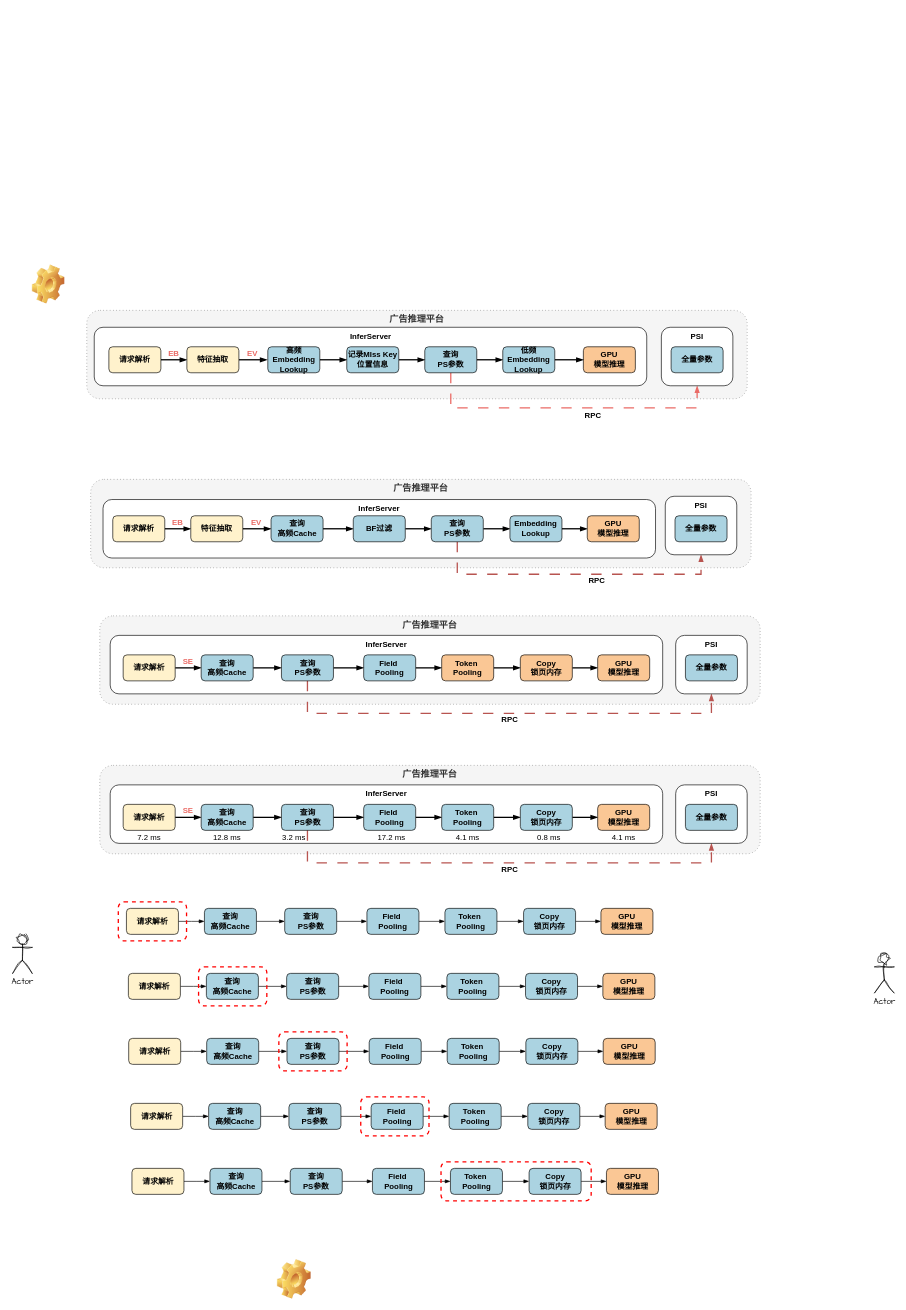
The draw.io diagram GprOptImpl.drawio in JackHsiung/totoro, before the edit. Source tidied: cells renumbered, new cells numbered last; positions are measured from the earlier drawing's top-left corner, leaving out a move shared by most shapes. Both pictures are drawn from the tidied source at 65%, with x=0, y=0 at pixel (12, 265).
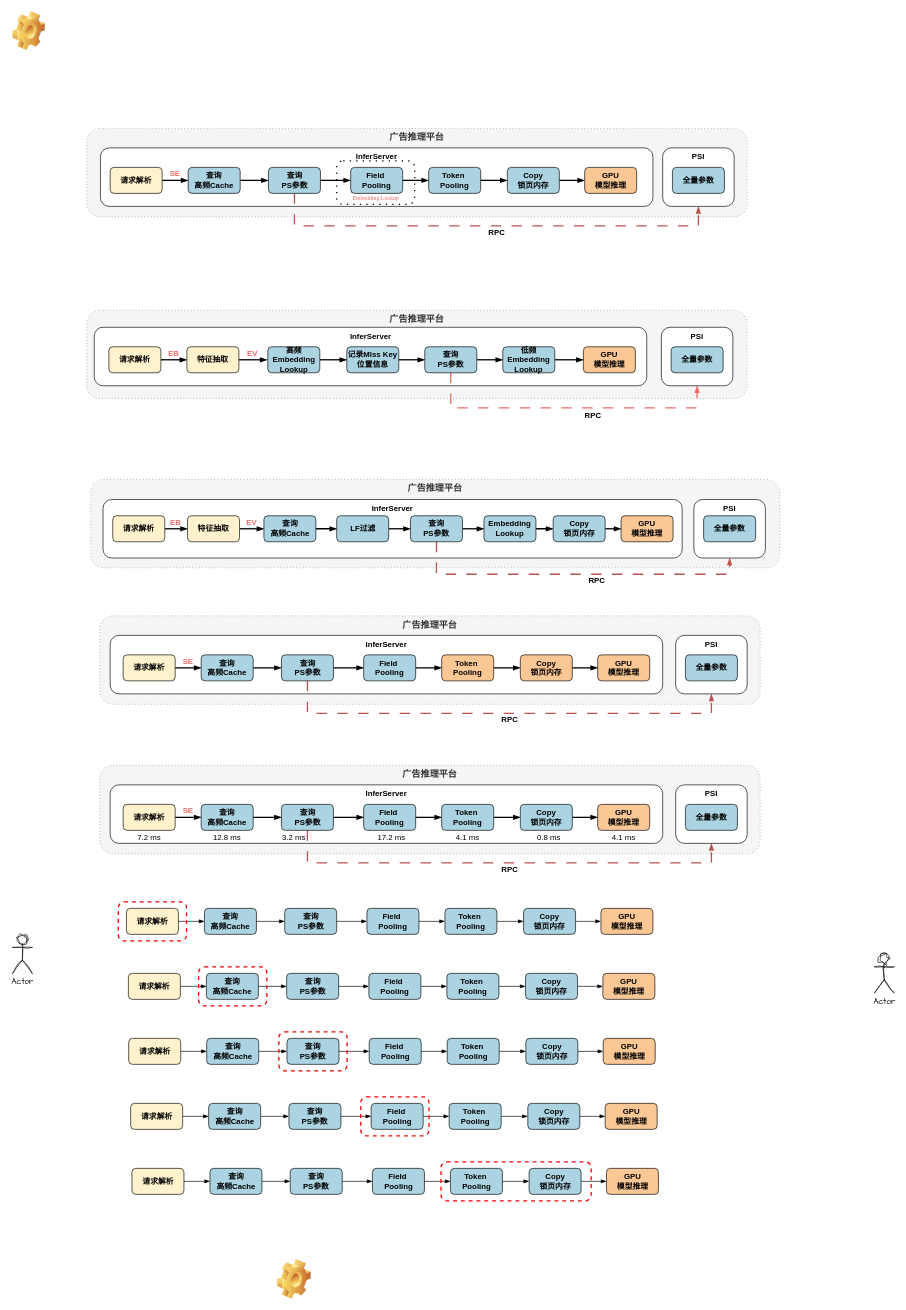
Above is the later version.

What changed in the source:
```diff
@@
+    <mxCell id="165" value="&lt;b&gt;&lt;font style=&quot;font-size: 14px;&quot;&gt;广告推理平台&lt;/font&gt;&lt;/b&gt;" style="rounded=1;whiteSpace=wrap;html=1;hachureGap=4;fontFamily=Architects Daughter;dashed=1;dashPattern=1 4;verticalAlign=top;fillColor=#f5f5f5;fontColor=#333333;strokeColor=#666666;" parent="1" vertex="1">
+      <mxGeometry x="114" y="-210" width="1016" height="136" as="geometry" />
+    </mxCell>
+    <mxCell id="166" value="&lt;font face=&quot;Helvetica&quot;&gt;&lt;b style=&quot;&quot;&gt;InferServer&lt;/b&gt;&lt;/font&gt;" style="rounded=1;whiteSpace=wrap;html=1;hachureGap=4;fontFamily=Architects Daughter;verticalAlign=top;" parent="1" vertex="1">
+      <mxGeometry x="135" y="-180" width="850" height="90" as="geometry" />
+    </mxCell>
+    <mxCell id="167" value="&lt;font style=&quot;font-size: 9px; color: rgb(234, 107, 102);&quot; face=&quot;Garamond&quot;&gt;Embedding Lookup&lt;/font&gt;" style="rounded=1;whiteSpace=wrap;html=1;hachureGap=4;fontFamily=Architects Daughter;dashed=1;dashPattern=1 4;strokeWidth=2;verticalAlign=bottom;" parent="1" vertex="1">
+      <mxGeometry x="498.5" y="-160" width="120" height="67" as="geometry" />
+    </mxCell>
@@
-    <mxCell id="12" value="Field&amp;nbsp;&lt;div&gt;Pooling&lt;/div&gt;" style="rounded=1;whiteSpace=wrap;html=1;hachureGap=4;fontFamily=Helvetica;fontStyle=1;fillColor=#ABD3E1;" parent="1" vertex="1">
+    <mxCell id="12" value="&lt;font&gt;Field&amp;nbsp;&lt;/font&gt;&lt;div&gt;&lt;font&gt;Pooling&lt;/font&gt;&lt;/div&gt;" style="rounded=1;whiteSpace=wrap;html=1;hachureGap=4;fontFamily=Helvetica;fontStyle=1;fillColor=#ABD3E1;" parent="1" vertex="1">
       <mxGeometry x="540" y="830" width="80" height="40" as="geometry" />
     </mxCell>
@@
     <mxCell id="92" style="shape=image;html=1;verticalLabelPosition=bottom;verticalAlign=top;imageAspect=0;image=img/clipart/Gear_128x128.png;sketch=1;hachureGap=4;jiggle=2;curveFitting=1;fontFamily=Architects Daughter;" parent="1" vertex="1">
-      <mxGeometry x="30" width="50" height="60" as="geometry" />
+      <mxGeometry y="-390" width="50" height="60" as="geometry" />
     </mxCell>
@@
     <mxCell id="94" value="&lt;b&gt;&lt;font style=&quot;font-size: 14px;&quot;&gt;广告推理平台&lt;/font&gt;&lt;/b&gt;" style="rounded=1;whiteSpace=wrap;html=1;hachureGap=4;fontFamily=Architects Daughter;dashed=1;dashPattern=1 4;verticalAlign=top;fillColor=#f5f5f5;fontColor=#333333;strokeColor=#666666;" parent="1" vertex="1">
-      <mxGeometry x="120" y="330" width="1016" height="136" as="geometry" />
+      <mxGeometry x="120" y="330" width="1060" height="136" as="geometry" />
     </mxCell>
     <mxCell id="95" value="&lt;font face=&quot;Helvetica&quot;&gt;&lt;b style=&quot;&quot;&gt;InferServer&lt;/b&gt;&lt;/font&gt;" style="rounded=1;whiteSpace=wrap;html=1;hachureGap=4;fontFamily=Architects Daughter;verticalAlign=top;" parent="1" vertex="1">
-      <mxGeometry x="139" y="361" width="850" height="90" as="geometry" />
+      <mxGeometry x="139" y="361" width="891" height="90" as="geometry" />
     </mxCell>
@@
     <mxCell id="99" value="特征抽取" style="rounded=1;whiteSpace=wrap;html=1;hachureGap=4;fontFamily=Helvetica;fontStyle=1;fillColor=#FFF2CC;" parent="1" vertex="1">
-      <mxGeometry x="274" y="386" width="80" height="40" as="geometry" />
+      <mxGeometry x="269" y="386" width="80" height="40" as="geometry" />
     </mxCell>
@@
     <mxCell id="101" value="查询&lt;div&gt;高频Cache&lt;/div&gt;" style="rounded=1;whiteSpace=wrap;html=1;hachureGap=4;fontFamily=Helvetica;fontStyle=1;fillColor=#ABD3E1;" parent="1" vertex="1">
-      <mxGeometry x="397.5" y="386" width="80" height="40" as="geometry" />
+      <mxGeometry x="386.5" y="386" width="80" height="40" as="geometry" />
     </mxCell>
@@
-    <mxCell id="103" value="BF过滤" style="rounded=1;whiteSpace=wrap;html=1;hachureGap=4;fontFamily=Helvetica;fontStyle=1;fillColor=#ABD3E1;" parent="1" vertex="1">
-      <mxGeometry x="524" y="386" width="80" height="40" as="geometry" />
+    <mxCell id="103" value="LF过滤" style="rounded=1;whiteSpace=wrap;html=1;hachureGap=4;fontFamily=Helvetica;fontStyle=1;fillColor=#ABD3E1;" parent="1" vertex="1">
+      <mxGeometry x="498.5" y="386" width="80" height="40" as="geometry" />
     </mxCell>
@@
     <mxCell id="105" style="edgeStyle=orthogonalEdgeStyle;rounded=0;hachureGap=4;jettySize=auto;html=1;exitX=0.5;exitY=1;exitDx=0;exitDy=0;fontFamily=Architects Daughter;endArrow=blockThin;endFill=1;fontStyle=1;strokeWidth=2;entryX=0.5;entryY=1;entryDx=0;entryDy=0;dashed=1;dashPattern=8 8;fillColor=#f8cecc;strokeColor=#b85450;" parent="1" edge="1" source="106" target="110">
       <mxGeometry relative="1" as="geometry">
         <Array as="points">
-          <mxPoint x="684" y="476" />
-          <mxPoint x="1059" y="476" />
+          <mxPoint x="652" y="476" />
+          <mxPoint x="1103" y="476" />
         </Array>
       </mxGeometry>
     </mxCell>
     <mxCell id="106" value="查询&lt;div&gt;PS&lt;span style=&quot;background-color: transparent; color: light-dark(rgb(0, 0, 0), rgb(255, 255, 255));&quot;&gt;参数&lt;/span&gt;&lt;/div&gt;" style="rounded=1;whiteSpace=wrap;html=1;hachureGap=4;fontFamily=Helvetica;fontStyle=1;fillColor=#ABD3E1;" parent="1" vertex="1">
-      <mxGeometry x="644" y="386" width="80" height="40" as="geometry" />
+      <mxGeometry x="612" y="386" width="80" height="40" as="geometry" />
     </mxCell>
-    <mxCell id="107" style="edgeStyle=orthogonalEdgeStyle;rounded=0;hachureGap=4;jettySize=auto;html=1;exitX=1;exitY=0.5;exitDx=0;exitDy=0;entryX=0;entryY=0.5;entryDx=0;entryDy=0;fontFamily=Architects Daughter;endArrow=blockThin;endFill=1;strokeWidth=2;" parent="1" edge="1" source="108" target="109">
-      <mxGeometry relative="1" as="geometry" />
-    </mxCell>
+    <mxCell id="168" style="edgeStyle=orthogonalEdgeStyle;rounded=0;hachureGap=4;jettySize=auto;html=1;exitX=1;exitY=0.5;exitDx=0;exitDy=0;fontFamily=Architects Daughter;endArrow=blockThin;endFill=1;strokeWidth=2;" parent="1" edge="1" source="108" target="170">
+      <mxGeometry relative="1" as="geometry" />
+    </mxCell>
     <mxCell id="108" value="&lt;div&gt;Embedding&lt;/div&gt;Lookup" style="rounded=1;whiteSpace=wrap;html=1;hachureGap=4;fontFamily=Helvetica;fontStyle=1;fillColor=#ABD3E1;" parent="1" vertex="1">
-      <mxGeometry x="765" y="386" width="80" height="40" as="geometry" />
+      <mxGeometry x="725" y="386" width="80" height="40" as="geometry" />
     </mxCell>
     <mxCell id="109" value="GPU&lt;div&gt;模型推理&lt;/div&gt;" style="rounded=1;whiteSpace=wrap;html=1;hachureGap=4;fontFamily=Helvetica;fontStyle=1;fillColor=#FAC795;" parent="1" vertex="1">
-      <mxGeometry x="884" y="386" width="80" height="40" as="geometry" />
+      <mxGeometry x="936" y="386" width="80" height="40" as="geometry" />
     </mxCell>
     <mxCell id="110" value="&lt;font face=&quot;Helvetica&quot;&gt;&lt;b style=&quot;&quot;&gt;PSI&lt;/b&gt;&lt;/font&gt;" style="rounded=1;whiteSpace=wrap;html=1;hachureGap=4;fontFamily=Architects Daughter;verticalAlign=top;" parent="1" vertex="1">
-      <mxGeometry x="1004" y="356" width="110" height="90" as="geometry" />
+      <mxGeometry x="1048" y="361" width="110" height="90" as="geometry" />
     </mxCell>
     <mxCell id="111" value="全量参数" style="rounded=1;whiteSpace=wrap;html=1;hachureGap=4;fontFamily=Helvetica;fontStyle=1;fillColor=#ABD3E1;" parent="1" vertex="1">
-      <mxGeometry x="1019" y="386" width="80" height="40" as="geometry" />
+      <mxGeometry x="1063" y="386" width="80" height="40" as="geometry" />
     </mxCell>
@@
     <mxCell id="113" value="EV" style="text;html=1;align=center;verticalAlign=middle;whiteSpace=wrap;rounded=0;fontFamily=Helvetica;fontStyle=1;fontColor=#EA6B66;" parent="1" vertex="1">
-      <mxGeometry x="359" y="386" width="32" height="20" as="geometry" />
+      <mxGeometry x="352" y="386" width="32" height="20" as="geometry" />
     </mxCell>
     <mxCell id="114" value="EB" style="text;html=1;align=center;verticalAlign=middle;whiteSpace=wrap;rounded=0;fontFamily=Helvetica;fontStyle=1;fontColor=#EA6B66;" parent="1" vertex="1">
-      <mxGeometry x="239" y="386" width="30" height="20" as="geometry" />
+      <mxGeometry x="236" y="386" width="30" height="20" as="geometry" />
     </mxCell>
@@
+    <mxCell id="169" style="edgeStyle=orthogonalEdgeStyle;rounded=0;hachureGap=4;jettySize=auto;html=1;exitX=1;exitY=0.5;exitDx=0;exitDy=0;entryX=0;entryY=0.5;entryDx=0;entryDy=0;fontFamily=Architects Daughter;strokeWidth=2;endArrow=blockThin;endFill=1;" parent="1" edge="1" source="170" target="109">
+      <mxGeometry relative="1" as="geometry" />
+    </mxCell>
+    <mxCell id="170" value="Copy&lt;div&gt;锁页内存&lt;/div&gt;" style="rounded=1;whiteSpace=wrap;html=1;hachureGap=4;fontFamily=Helvetica;fontStyle=1;fillColor=#ABD3E1;" parent="1" vertex="1">
+      <mxGeometry x="831.5" y="386" width="80" height="40" as="geometry" />
+    </mxCell>
+    <mxCell id="171" style="edgeStyle=orthogonalEdgeStyle;rounded=0;hachureGap=4;jettySize=auto;html=1;exitX=1;exitY=0.5;exitDx=0;exitDy=0;fontFamily=Architects Daughter;endArrow=blockThin;endFill=1;strokeWidth=2;" parent="1" edge="1" source="172" target="174">
+      <mxGeometry relative="1" as="geometry">
+        <Array as="points">
+          <mxPoint x="250" y="-130" />
+          <mxPoint x="250" y="-130" />
+        </Array>
+      </mxGeometry>
+    </mxCell>
+    <mxCell id="172" value="请求解析" style="rounded=1;whiteSpace=wrap;html=1;hachureGap=4;fontFamily=Helvetica;fontStyle=1;fillColor=#FFF2CC;" parent="1" vertex="1">
+      <mxGeometry x="150" y="-150" width="80" height="40" as="geometry" />
+    </mxCell>
+    <mxCell id="173" style="edgeStyle=orthogonalEdgeStyle;rounded=0;hachureGap=4;jettySize=auto;html=1;exitX=1;exitY=0.5;exitDx=0;exitDy=0;entryX=0;entryY=0.5;entryDx=0;entryDy=0;fontFamily=Architects Daughter;endArrow=blockThin;endFill=1;strokeWidth=2;" parent="1" edge="1" source="174" target="177">
+      <mxGeometry relative="1" as="geometry" />
+    </mxCell>
+    <mxCell id="174" value="查询&lt;div&gt;高频Cache&lt;/div&gt;" style="rounded=1;whiteSpace=wrap;html=1;hachureGap=4;fontFamily=Helvetica;fontStyle=1;fillColor=#ABD3E1;" parent="1" vertex="1">
+      <mxGeometry x="270" y="-150" width="80" height="40" as="geometry" />
+    </mxCell>
+    <mxCell id="175" style="edgeStyle=orthogonalEdgeStyle;rounded=0;hachureGap=4;jettySize=auto;html=1;exitX=1;exitY=0.5;exitDx=0;exitDy=0;fontFamily=Architects Daughter;endArrow=blockThin;endFill=1;strokeWidth=2;" parent="1" edge="1" source="177" target="179">
+      <mxGeometry relative="1" as="geometry" />
+    </mxCell>
+    <mxCell id="176" style="edgeStyle=orthogonalEdgeStyle;rounded=0;hachureGap=4;jettySize=auto;html=1;exitX=0.5;exitY=1;exitDx=0;exitDy=0;entryX=0.5;entryY=1;entryDx=0;entryDy=0;fontFamily=Architects Daughter;endArrow=blockThin;endFill=1;strokeWidth=2;dashed=1;dashPattern=8 8;fillColor=#f8cecc;strokeColor=#b85450;" parent="1" edge="1" source="177" target="185">
+      <mxGeometry relative="1" as="geometry">
+        <Array as="points">
+          <mxPoint x="434" y="-60" />
+          <mxPoint x="1055" y="-60" />
+        </Array>
+      </mxGeometry>
+    </mxCell>
+    <mxCell id="177" value="查询&lt;div&gt;PS&lt;span style=&quot;background-color: transparent; color: light-dark(rgb(0, 0, 0), rgb(255, 255, 255));&quot;&gt;参数&lt;/span&gt;&lt;/div&gt;" style="rounded=1;whiteSpace=wrap;html=1;hachureGap=4;fontFamily=Helvetica;fontStyle=1;fillColor=#ABD3E1;" parent="1" vertex="1">
+      <mxGeometry x="393.5" y="-150" width="80" height="40" as="geometry" />
+    </mxCell>
+    <mxCell id="178" style="edgeStyle=orthogonalEdgeStyle;rounded=0;hachureGap=4;jettySize=auto;html=1;exitX=1;exitY=0.5;exitDx=0;exitDy=0;entryX=0;entryY=0.5;entryDx=0;entryDy=0;fontFamily=Architects Daughter;endArrow=blockThin;endFill=1;strokeWidth=2;" parent="1" edge="1" source="179" target="181">
+      <mxGeometry relative="1" as="geometry" />
+    </mxCell>
+    <mxCell id="179" value="&lt;font&gt;Field&amp;nbsp;&lt;/font&gt;&lt;div&gt;&lt;font&gt;Pooling&lt;/font&gt;&lt;/div&gt;" style="rounded=1;whiteSpace=wrap;html=1;hachureGap=4;fontFamily=Helvetica;fontStyle=1;fillColor=#ABD3E1;" parent="1" vertex="1">
+      <mxGeometry x="520" y="-150" width="80" height="40" as="geometry" />
+    </mxCell>
+    <mxCell id="180" style="edgeStyle=orthogonalEdgeStyle;rounded=0;hachureGap=4;jettySize=auto;html=1;exitX=1;exitY=0.5;exitDx=0;exitDy=0;entryX=0;entryY=0.5;entryDx=0;entryDy=0;fontFamily=Architects Daughter;endArrow=blockThin;endFill=1;strokeWidth=2;" parent="1" edge="1" source="181" target="183">
+      <mxGeometry relative="1" as="geometry" />
+    </mxCell>
+    <mxCell id="181" value="Token&amp;nbsp;&lt;div&gt;Pooling&lt;/div&gt;" style="rounded=1;whiteSpace=wrap;html=1;hachureGap=4;fontFamily=Helvetica;fontStyle=1;fillColor=#ABD3E1;" parent="1" vertex="1">
+      <mxGeometry x="640" y="-150" width="80" height="40" as="geometry" />
+    </mxCell>
+    <mxCell id="182" style="edgeStyle=orthogonalEdgeStyle;rounded=0;hachureGap=4;jettySize=auto;html=1;exitX=1;exitY=0.5;exitDx=0;exitDy=0;entryX=0;entryY=0.5;entryDx=0;entryDy=0;fontFamily=Architects Daughter;endArrow=blockThin;endFill=1;strokeWidth=2;" parent="1" edge="1" source="183" target="184">
+      <mxGeometry relative="1" as="geometry" />
+    </mxCell>
+    <mxCell id="183" value="Copy&lt;div&gt;锁页内存&lt;/div&gt;" style="rounded=1;whiteSpace=wrap;html=1;hachureGap=4;fontFamily=Helvetica;fontStyle=1;fillColor=#ABD3E1;" parent="1" vertex="1">
+      <mxGeometry x="761" y="-150" width="80" height="40" as="geometry" />
+    </mxCell>
+    <mxCell id="184" value="GPU&lt;div&gt;模型推理&lt;/div&gt;" style="rounded=1;whiteSpace=wrap;html=1;hachureGap=4;fontFamily=Helvetica;fontStyle=1;fillColor=#FAC795;" parent="1" vertex="1">
+      <mxGeometry x="880" y="-150" width="80" height="40" as="geometry" />
+    </mxCell>
+    <mxCell id="185" value="&lt;font face=&quot;Helvetica&quot;&gt;&lt;b style=&quot;&quot;&gt;PSI&lt;/b&gt;&lt;/font&gt;" style="rounded=1;whiteSpace=wrap;html=1;hachureGap=4;fontFamily=Architects Daughter;verticalAlign=top;" parent="1" vertex="1">
+      <mxGeometry x="1000" y="-180" width="110" height="90" as="geometry" />
+    </mxCell>
+    <mxCell id="186" value="全量参数" style="rounded=1;whiteSpace=wrap;html=1;hachureGap=4;fontFamily=Helvetica;fontStyle=1;fillColor=#ABD3E1;" parent="1" vertex="1">
+      <mxGeometry x="1015" y="-150" width="80" height="40" as="geometry" />
+    </mxCell>
+    <mxCell id="187" value="RPC" style="text;html=1;align=center;verticalAlign=middle;whiteSpace=wrap;rounded=0;fontFamily=Helvetica;fontStyle=1;" parent="1" vertex="1">
+      <mxGeometry x="720" y="-60" width="50" height="20" as="geometry" />
+    </mxCell>
+    <mxCell id="188" value="SE" style="text;html=1;align=center;verticalAlign=middle;whiteSpace=wrap;rounded=0;fontFamily=Helvetica;fontStyle=1;fontColor=#EA6B66;" parent="1" vertex="1">
+      <mxGeometry x="235" y="-150" width="30" height="20" as="geometry" />
+    </mxCell>
```
